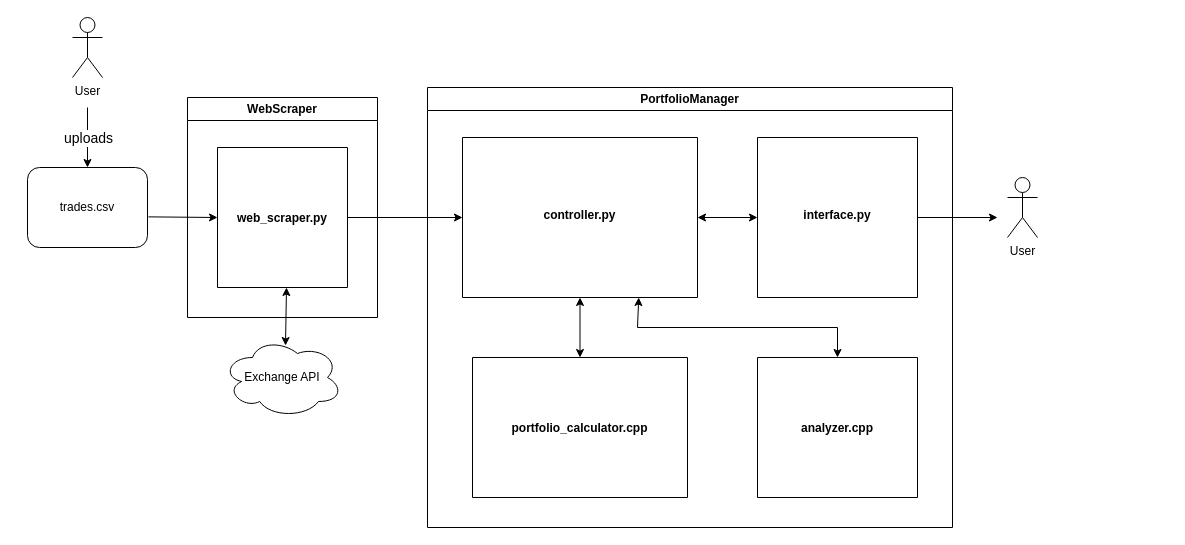
Before: imgs/StockPortfolioAnalyzer.drawio in Erik-Kelemen/Stock-Portfolio-Analyzer, a draw.io diagram. Source tidied: cells renumbered, new cells numbered last; positions are measured from the earlier drawing's top-left corner, leaving out a move shared by most shapes. Both pictures are drawn from the tidied source at 100%, with x=0, y=0 at pixel (27, 17).
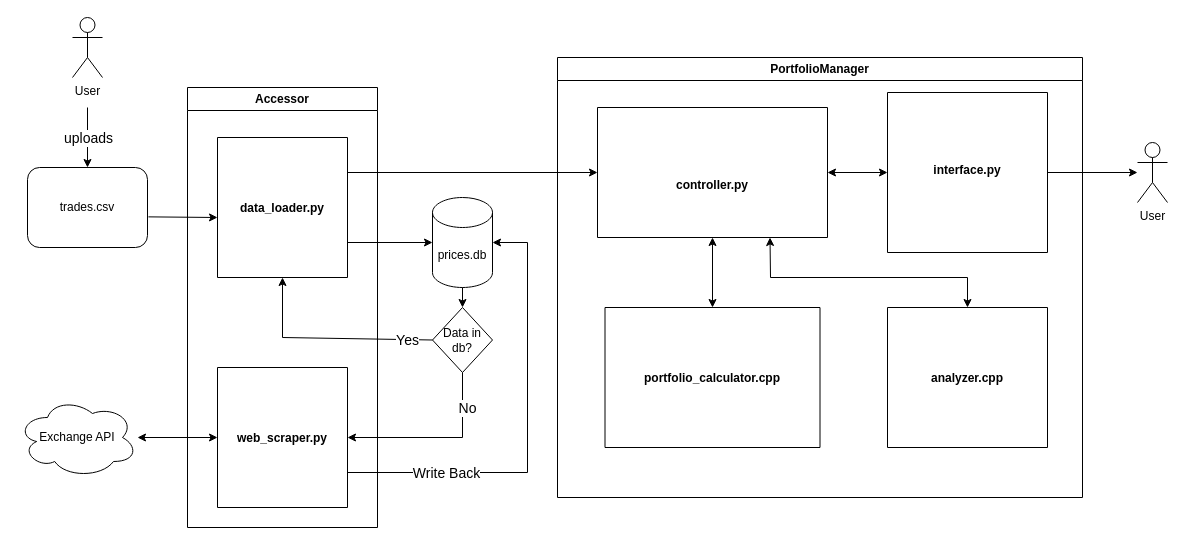
After the change.

Unchanged cells that the change refers to:
```xml
<mxCell id="14" value="trades.csv" style="rounded=1;whiteSpace=wrap;html=1;" parent="1" vertex="1">
  <mxGeometry y="150" width="120" height="80" as="geometry" />
</mxCell>
```

Change to the diagram source:
```diff
@@
     <mxCell id="2" value="PortfolioManager" style="swimlane;whiteSpace=wrap;html=1;startSize=23;" parent="1" vertex="1">
-      <mxGeometry x="400" y="70" width="525" height="440" as="geometry" />
+      <mxGeometry x="530" y="40" width="525" height="440" as="geometry" />
     </mxCell>
     <mxCell id="3" value="&#10;&#10;&#10;&#10;&#10;&#10;&#10;&#10;&#10;&#10;&#10;interface.py" style="swimlane;startSize=0;" parent="2" vertex="1">
-      <mxGeometry x="330" y="50" width="160" height="160" as="geometry" />
+      <mxGeometry x="330" y="35" width="160" height="160" as="geometry" />
     </mxCell>
@@
     <mxCell id="5" value="&#10;&#10;&#10;&#10;&#10;&#10;&#10;&#10;&#10;&#10;&#10;controller.py" style="swimlane;startSize=0;" parent="2" vertex="1">
-      <mxGeometry x="35" y="50" width="235" height="160" as="geometry" />
+      <mxGeometry x="40" y="50" width="230" height="130" as="geometry" />
     </mxCell>
     <mxCell id="6" value="&#10;&#10;&#10;&#10;&#10;&#10;&#10;&#10;&#10;&#10;analyzer.cpp" style="swimlane;startSize=0;" parent="2" vertex="1">
-      <mxGeometry x="330" y="270" width="160" height="140" as="geometry" />
+      <mxGeometry x="330" y="250" width="160" height="140" as="geometry" />
     </mxCell>
     <mxCell id="7" style="endArrow=classic;startArrow=classic;html=1;rounded=0;entryX=0.5;entryY=0;entryDx=0;entryDy=0;exitX=0.75;exitY=1;exitDx=0;exitDy=0;" parent="2" edge="1" source="5" target="6">
       <mxGeometry relative="1" as="geometry">
         <Array as="points">
-          <mxPoint x="210" y="240" />
-          <mxPoint x="410" y="240" />
+          <mxPoint x="213" y="220" />
+          <mxPoint x="410" y="220" />
         </Array>
       </mxGeometry>
     </mxCell>
     <mxCell id="8" value="&#10;&#10;&#10;&#10;&#10;&#10;&#10;&#10;&#10;&#10;portfolio_calculator.cpp" style="swimlane;startSize=0;" parent="2" vertex="1">
-      <mxGeometry x="45" y="270" width="215" height="140" as="geometry" />
+      <mxGeometry x="47.5" y="250" width="215" height="140" as="geometry" />
     </mxCell>
@@
-    <mxCell id="10" value="WebScraper" style="swimlane;whiteSpace=wrap;html=1;" parent="1" vertex="1">
-      <mxGeometry x="160" y="80" width="190" height="220" as="geometry" />
+    <mxCell id="10" value="Accessor" style="swimlane;whiteSpace=wrap;html=1;" parent="1" vertex="1">
+      <mxGeometry x="160" y="70" width="190" height="440" as="geometry" />
     </mxCell>
     <mxCell id="11" value="&#10;&#10;&#10;&#10;&#10;&#10;&#10;&#10;&#10;&#10;web_scraper.py" style="swimlane;startSize=0;" parent="10" vertex="1">
-      <mxGeometry x="30" y="50" width="130" height="140" as="geometry" />
+      <mxGeometry x="30" y="280" width="130" height="140" as="geometry" />
     </mxCell>
+    <mxCell id="22" value="&#10;&#10;&#10;&#10;&#10;&#10;&#10;&#10;&#10;&#10;data_loader.py" style="swimlane;startSize=0;" parent="10" vertex="1">
+      <mxGeometry x="30" y="50" width="130" height="140" as="geometry" />
+    </mxCell>
-    <mxCell id="12" style="endArrow=classic;html=1;rounded=0;exitX=1;exitY=0.5;exitDx=0;exitDy=0;entryX=0;entryY=0.5;entryDx=0;entryDy=0;" parent="1" edge="1" source="11" target="5">
+    <mxCell id="12" style="endArrow=classic;html=1;rounded=0;exitX=1;exitY=0.25;exitDx=0;exitDy=0;entryX=0;entryY=0.5;entryDx=0;entryDy=0;" parent="1" edge="1" source="22" target="5">
       <mxGeometry relative="1" as="geometry" />
     </mxCell>
@@
-    <mxCell id="17" style="endArrow=classic;html=1;rounded=0;exitX=1.008;exitY=0.617;exitDx=0;exitDy=0;exitPerimeter=0;entryX=0;entryY=0.5;entryDx=0;entryDy=0;" parent="1" edge="1" source="14" target="11">
-      <mxGeometry relative="1" as="geometry" />
+    <mxCell id="17" style="endArrow=classic;html=1;rounded=0;exitX=1.008;exitY=0.617;exitDx=0;exitDy=0;exitPerimeter=0;entryX=0;entryY=0.5;entryDx=0;entryDy=0;" parent="1" edge="1" source="14">
+      <mxGeometry relative="1" as="geometry">
+        <mxPoint x="190" y="200" as="targetPoint" />
+      </mxGeometry>
     </mxCell>
-    <mxCell id="18" style="endArrow=classic;startArrow=classic;html=1;rounded=0;exitX=0.5;exitY=1;exitDx=0;exitDy=0;entryX=0.4;entryY=0.1;entryDx=0;entryDy=0;entryPerimeter=0;" parent="1" edge="1">
-      <mxGeometry relative="1" as="geometry">
-        <mxPoint x="259" y="270" as="sourcePoint" />
-        <mxPoint x="258" y="328" as="targetPoint" />
-      </mxGeometry>
-    </mxCell>
     <mxCell id="19" value="User&lt;br&gt;" style="shape=umlActor;verticalLabelPosition=bottom;verticalAlign=top;html=1;outlineConnect=0;" parent="1" vertex="1">
-      <mxGeometry x="980" y="160" width="30" height="60" as="geometry" />
+      <mxGeometry x="1110" y="125" width="30" height="60" as="geometry" />
     </mxCell>
-    <mxCell id="20" style="endArrow=classic;html=1;rounded=0;exitX=1;exitY=0.5;exitDx=0;exitDy=0;" parent="1" edge="1" source="3">
-      <mxGeometry relative="1" as="geometry">
-        <mxPoint x="970" y="200" as="targetPoint" />
-      </mxGeometry>
+    <mxCell id="20" style="endArrow=classic;html=1;rounded=0;exitX=1;exitY=0.5;exitDx=0;exitDy=0;" parent="1" edge="1" source="3" target="19">
+      <mxGeometry relative="1" as="geometry" />
     </mxCell>
     <mxCell id="21" value="Exchange API" style="ellipse;shape=cloud;whiteSpace=wrap;html=1;" parent="1" vertex="1">
-      <mxGeometry x="195" y="320" width="120" height="80" as="geometry" />
+      <mxGeometry x="-10" y="380" width="120" height="80" as="geometry" />
     </mxCell>
+    <mxCell id="23" value="prices.db" style="shape=cylinder3;whiteSpace=wrap;html=1;boundedLbl=1;backgroundOutline=1;size=15;" parent="1" vertex="1">
+      <mxGeometry x="405" y="180" width="60" height="90" as="geometry" />
+    </mxCell>
+    <mxCell id="24" value="Data in db?" style="rhombus;whiteSpace=wrap;html=1;" parent="1" vertex="1">
+      <mxGeometry x="405" y="290" width="60" height="65" as="geometry" />
+    </mxCell>
+    <mxCell id="25" style="endArrow=classic;html=1;rounded=0;exitX=0.5;exitY=1;exitDx=0;exitDy=0;entryX=1;entryY=0.5;entryDx=0;entryDy=0;" parent="1" edge="1" source="24" target="11">
+      <mxGeometry relative="1" as="geometry">
+        <Array as="points">
+          <mxPoint x="435" y="420" />
+        </Array>
+      </mxGeometry>
+    </mxCell>
+    <mxCell id="26" value="&lt;font style=&quot;font-size: 14px;&quot;&gt;No&lt;/font&gt;" style="edgeLabel;html=1;align=center;verticalAlign=middle;" parent="25" vertex="1">
+      <mxGeometry x="0.13" y="-2" relative="1" as="geometry">
+        <mxPoint x="41" y="-28" as="offset" />
+      </mxGeometry>
+    </mxCell>
+    <mxCell id="27" style="endArrow=classic;startArrow=classic;html=1;rounded=0;exitX=0;exitY=0.5;exitDx=0;exitDy=0;" parent="1" edge="1" source="11" target="21">
+      <mxGeometry relative="1" as="geometry" />
+    </mxCell>
+    <mxCell id="28" style="endArrow=classic;html=1;rounded=0;exitX=0.5;exitY=1;exitDx=0;exitDy=0;exitPerimeter=0;" parent="1" edge="1" source="23" target="24">
+      <mxGeometry relative="1" as="geometry" />
+    </mxCell>
+    <mxCell id="29" style="endArrow=classic;html=1;rounded=0;exitX=0;exitY=0.5;exitDx=0;exitDy=0;entryX=0.5;entryY=1;entryDx=0;entryDy=0;" parent="1" edge="1" source="24" target="22">
+      <mxGeometry relative="1" as="geometry">
+        <Array as="points">
+          <mxPoint x="255" y="320" />
+        </Array>
+      </mxGeometry>
+    </mxCell>
+    <mxCell id="30" value="Yes" style="edgeLabel;html=1;align=center;verticalAlign=middle;fontSize=14;" parent="29" vertex="1">
+      <mxGeometry x="-0.07" y="1" relative="1" as="geometry">
+        <mxPoint x="73" y="1" as="offset" />
+      </mxGeometry>
+    </mxCell>
+    <mxCell id="31" style="endArrow=classic;html=1;rounded=0;exitX=1;exitY=0.75;exitDx=0;exitDy=0;entryX=0;entryY=0.5;entryDx=0;entryDy=0;entryPerimeter=0;" parent="1" edge="1" source="22" target="23">
+      <mxGeometry relative="1" as="geometry" />
+    </mxCell>
+    <mxCell id="32" style="endArrow=classic;html=1;rounded=0;exitX=1;exitY=0.75;exitDx=0;exitDy=0;entryX=1;entryY=0.5;entryDx=0;entryDy=0;entryPerimeter=0;" parent="1" edge="1" source="11" target="23">
+      <mxGeometry relative="1" as="geometry">
+        <Array as="points">
+          <mxPoint x="500" y="455" />
+          <mxPoint x="500" y="225" />
+        </Array>
+      </mxGeometry>
+    </mxCell>
+    <mxCell id="33" value="&lt;font style=&quot;font-size: 14px;&quot;&gt;Write Back&lt;/font&gt;" style="edgeLabel;html=1;align=center;verticalAlign=middle;" parent="32" vertex="1">
+      <mxGeometry x="-0.56" relative="1" as="geometry" />
+    </mxCell>
```
